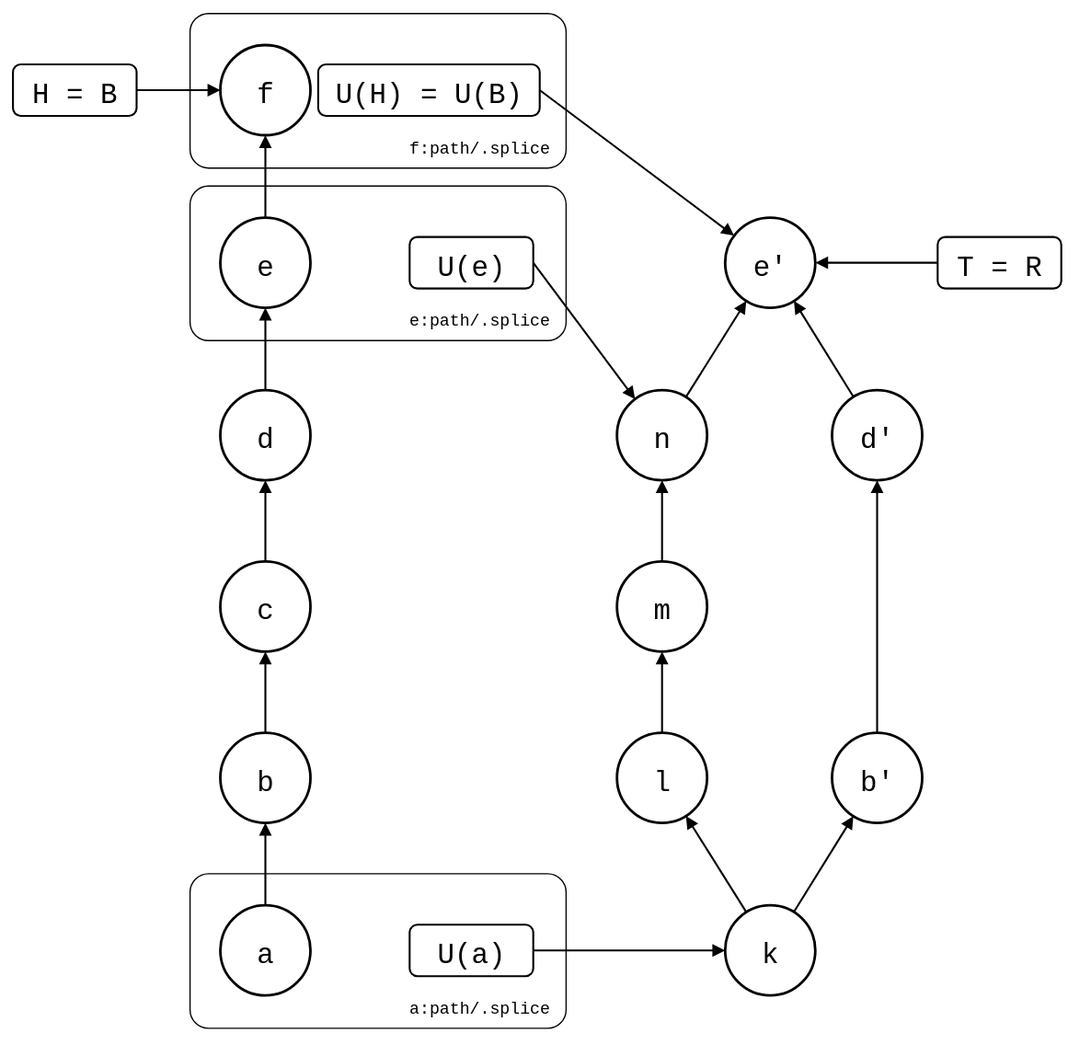
Before: test/scenarios/sync-model/after-pull/pushed-and-bumped/pushed-and-bumped.drawio.svg, a diagram exported from draw.io (roschaefer/git-splice). Source tidied: cells renumbered, new cells last; positions are measured from the earlier drawing's top-left corner, leaving out a move shared by most shapes.
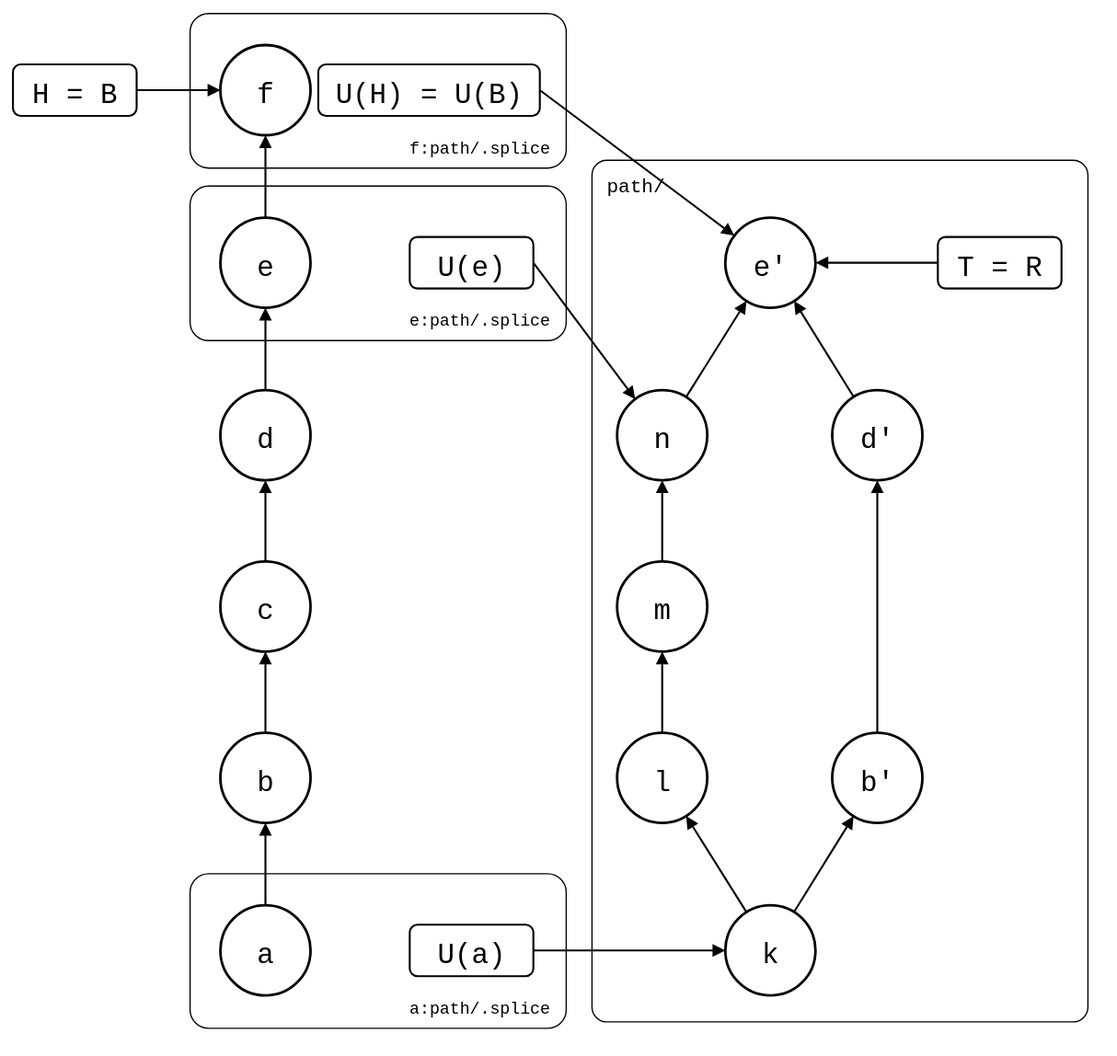
After the change.

Diff of the diagram source:
```diff
@@ -2,6 +2,9 @@
   <root>
     <mxCell id="0" />
     <mxCell id="1" parent="0" />
+    <mxCell id="40" value="path/" style="rounded=1;arcSize=3;fillColor=none;strokeWidth=1;fontSize=15;verticalAlign=top;align=left;spacingLeft=10;spacingTop=4;fontFamily=Roboto Mono,monospace;" parent="1" vertex="1">
+      <mxGeometry x="449" y="114" width="385" height="669" as="geometry" />
+    </mxCell>
     <mxCell id="2" value="e:path/.splice" style="rounded=1;arcSize=12;fillColor=none;strokeWidth=1;fontSize=13;verticalAlign=bottom;spacingBottom=6;spacingLeft=10;spacingRight=10;fontFamily=Roboto Mono,monospace;align=right;" parent="1" vertex="1">
       <mxGeometry x="137" y="134" width="292" height="120" as="geometry" />
     </mxCell>
```
